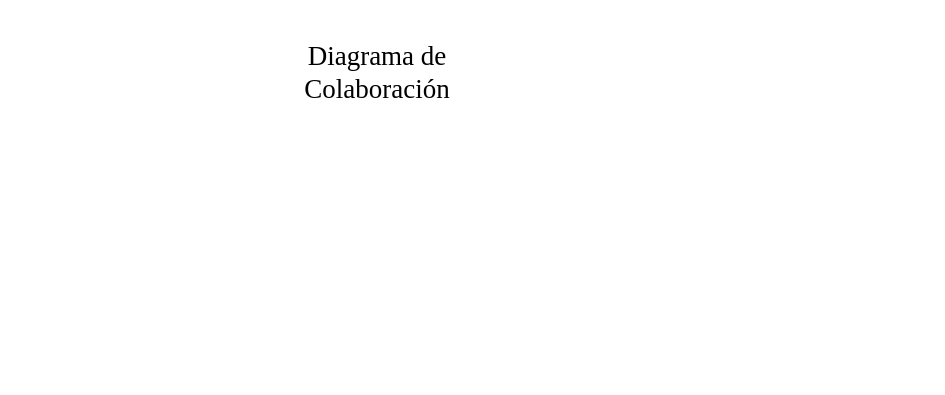
SamuelHerreraPerez/Laboratorio-Empresarial keeps this draw.io diagram as page "Diagrama de Colaboración" (3 of 3) of Blockbuster Diagramas.drawio. Above is the earlier version. Source tidied: cells renumbered, new cells numbered last; positions are measured from the earlier drawing's top-left corner, leaving out a move shared by most shapes. Both pictures are drawn from the tidied source at 100%, with x=0, y=0 at pixel (237, 17).
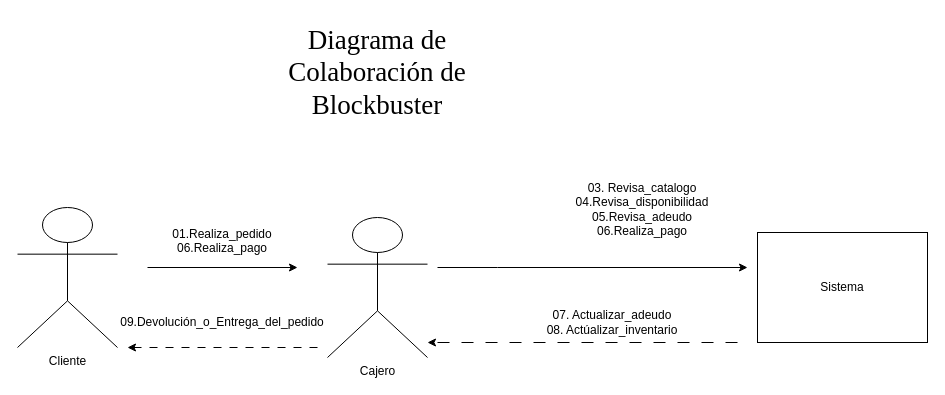
The same diagram, later.

What changed in the source:
```diff
@@
 <mxGraphModel>
   <root>
     <mxCell id="0" />
     <mxCell id="1" parent="0" />
-    <mxCell id="2" value="&lt;font style=&quot;font-size: 27px;&quot; face=&quot;Times New Roman&quot;&gt;Diagrama de Colaboración&lt;/font&gt;" style="text;html=1;align=center;verticalAlign=middle;whiteSpace=wrap;rounded=0;" parent="1" vertex="1">
+    <mxCell id="2" value="&lt;font style=&quot;font-size: 27px;&quot; face=&quot;Times New Roman&quot;&gt;Diagrama de Colaboración de Blockbuster&lt;/font&gt;" style="text;html=1;align=center;verticalAlign=middle;whiteSpace=wrap;rounded=0;" parent="1" vertex="1">
       <mxGeometry width="280" height="110" as="geometry" />
     </mxCell>
+    <mxCell id="3" value="Cajero" style="shape=umlActor;verticalLabelPosition=bottom;verticalAlign=top;html=1;" parent="1" vertex="1">
+      <mxGeometry x="90" y="200" width="100" height="140" as="geometry" />
+    </mxCell>
+    <mxCell id="4" value="Cliente" style="shape=umlActor;verticalLabelPosition=bottom;verticalAlign=top;html=1;" parent="1" vertex="1">
+      <mxGeometry x="-220" y="190" width="100" height="140" as="geometry" />
+    </mxCell>
+    <mxCell id="5" value="Sistema" style="rounded=0;whiteSpace=wrap;html=1;" parent="1" vertex="1">
+      <mxGeometry x="520" y="215" width="170" height="110" as="geometry" />
+    </mxCell>
+    <mxCell id="6" style="endArrow=classic;html=1;rounded=0;" parent="1" edge="1">
+      <mxGeometry relative="1" as="geometry">
+        <mxPoint x="200" y="250" as="sourcePoint" />
+        <mxPoint x="510" y="250" as="targetPoint" />
+        <Array as="points">
+          <mxPoint x="260" y="250" />
+        </Array>
+      </mxGeometry>
+    </mxCell>
+    <mxCell id="7" style="endArrow=classic;html=1;rounded=0;" parent="1" edge="1">
+      <mxGeometry relative="1" as="geometry">
+        <mxPoint x="-90" y="250" as="sourcePoint" />
+        <mxPoint x="60" y="250" as="targetPoint" />
+      </mxGeometry>
+    </mxCell>
+    <mxCell id="8" value=" &lt;br&gt;&lt;font&gt;  &lt;br&gt;&lt;font&gt; &lt;br&gt;&lt;br&gt;01.Realiza_pedido&lt;/font&gt;&lt;/font&gt;&lt;div&gt;&lt;font&gt;&lt;font&gt;06.Realiza_pago&lt;/font&gt;&lt;/font&gt;&lt;/div&gt;" style="text;html=1;align=center;verticalAlign=middle;whiteSpace=wrap;rounded=0;" parent="1" vertex="1">
+      <mxGeometry x="-100" y="150" width="170" height="90" as="geometry" />
+    </mxCell>
+    <mxCell id="9" value=" &lt;font&gt;&lt;br&gt;&lt;font&gt;&lt;font&gt;&lt;font&gt;03. Revisa_catalogo 04.Revisa_disponibilidad&lt;/font&gt;&lt;br&gt;&lt;font&gt;&lt;font&gt;05.Revisa_adeudo 06.Realiza_pago&lt;/font&gt;&lt;/font&gt;&lt;/font&gt;&lt;/font&gt;&lt;/font&gt;" style="text;html=1;align=center;verticalAlign=middle;whiteSpace=wrap;rounded=0;" parent="1" vertex="1">
+      <mxGeometry x="330" y="140" width="150" height="90" as="geometry" />
+    </mxCell>
+    <mxCell id="10" style="endArrow=classic;html=1;rounded=0;dashed=1;dashPattern=12 12;" parent="1" edge="1">
+      <mxGeometry relative="1" as="geometry">
+        <mxPoint x="500" y="325" as="sourcePoint" />
+        <mxPoint x="190" y="325" as="targetPoint" />
+        <Array as="points">
+          <mxPoint x="260" y="325" />
+        </Array>
+      </mxGeometry>
+    </mxCell>
+    <mxCell id="11" value="07. Actualizar_adeudo&lt;br&gt;&lt;font&gt;08. Actúalizar_inventario&lt;/font&gt;" style="text;html=1;align=center;verticalAlign=middle;whiteSpace=wrap;rounded=0;" parent="1" vertex="1">
+      <mxGeometry x="300" y="260" width="150" height="90" as="geometry" />
+    </mxCell>
+    <mxCell id="12" value="09.Devolución_o_Entrega_del_pedido" style="text;html=1;align=center;verticalAlign=middle;whiteSpace=wrap;rounded=0;" parent="1" vertex="1">
+      <mxGeometry x="-90" y="260" width="150" height="90" as="geometry" />
+    </mxCell>
+    <mxCell id="13" style="endArrow=classic;html=1;rounded=0;dashed=1;dashPattern=8 8;" parent="1" edge="1">
+      <mxGeometry relative="1" as="geometry">
+        <mxPoint x="80" y="330" as="sourcePoint" />
+        <mxPoint x="-110" y="330" as="targetPoint" />
+      </mxGeometry>
+    </mxCell>
   </root>
 </mxGraphModel>
```
